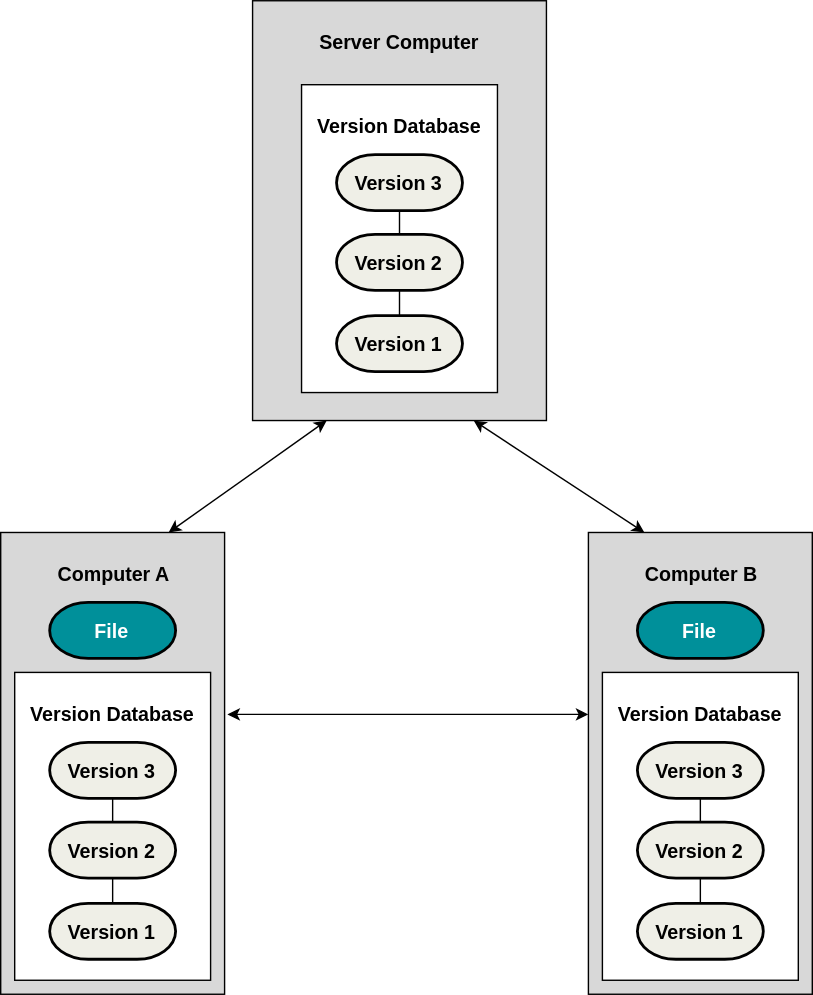
Galahad-moye/diagrams keeps this draw.io diagram as distributed_version_control.svg. Above is the earlier version. Source tidied: cells renumbered, new cells last; positions are measured from the earlier drawing's top-left corner, leaving out a move shared by most shapes.
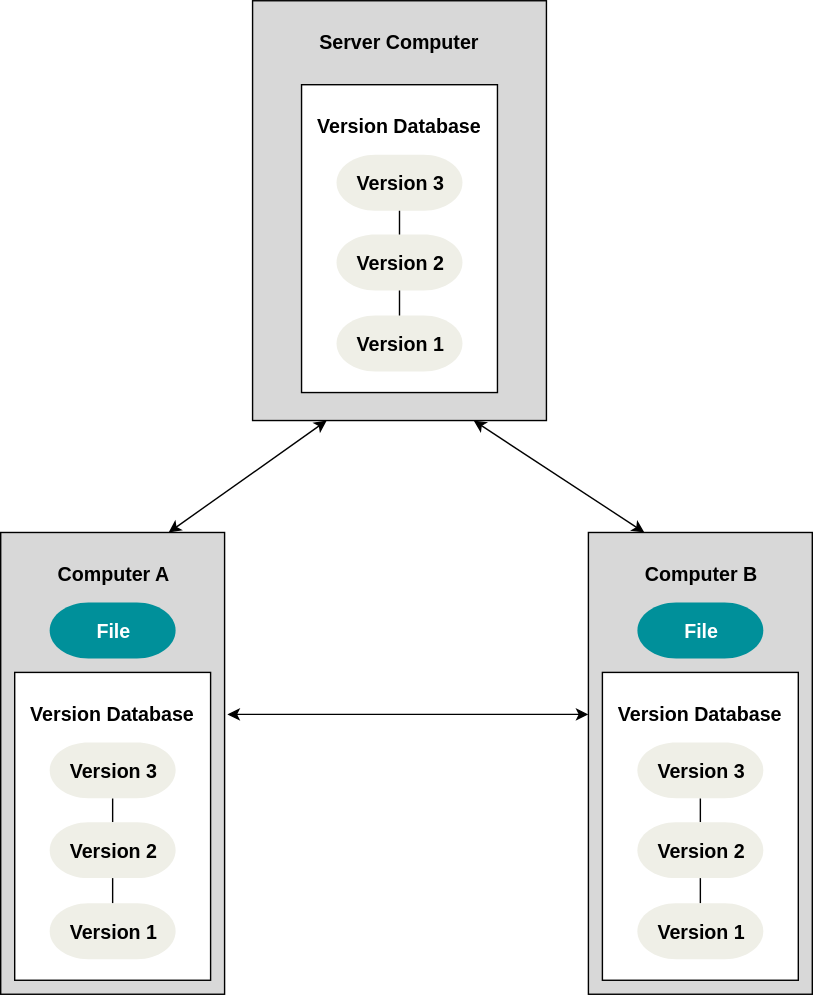
Above is the later version.

The edit, as a diff of the source:
```diff
@@ -3,82 +3,82 @@
     <mxCell id="0" />
     <mxCell id="1" parent="0" />
     <mxCell id="2" value="&lt;h3&gt;Computer A&lt;/h3&gt;" style="rounded=0;whiteSpace=wrap;html=1;fillColor=#d8d8d8;align=center;verticalAlign=top;" parent="1" vertex="1">
-      <mxGeometry y="380" width="160" height="330" as="geometry" />
+      <mxGeometry x="-120" y="350" width="160" height="330" as="geometry" />
     </mxCell>
-    <mxCell id="3" value="&lt;h3&gt;&lt;font color=&quot;#ffffff&quot;&gt;File&lt;/font&gt;&lt;/h3&gt;" style="strokeWidth=2;html=1;shape=mxgraph.flowchart.terminator;whiteSpace=wrap;fillColor=#00909A;align=center;" parent="1" vertex="1">
-      <mxGeometry x="35" y="430" width="90" height="40" as="geometry" />
+    <mxCell id="3" value="&lt;h3&gt;&lt;font color=&quot;#ffffff&quot;&gt;File&lt;/font&gt;&lt;/h3&gt;" style="strokeWidth=2;html=1;shape=mxgraph.flowchart.terminator;whiteSpace=wrap;fillColor=#00909A;align=center;strokeColor=none;" parent="1" vertex="1">
+      <mxGeometry x="-85" y="400" width="90" height="40" as="geometry" />
     </mxCell>
+    <mxCell id="28" value="&lt;h3&gt;Server Computer&lt;/h3&gt;" style="rounded=0;whiteSpace=wrap;html=1;fillColor=#D8D8D8;align=center;verticalAlign=top;" parent="1" vertex="1">
+      <mxGeometry x="60" y="-30" width="210" height="300" as="geometry" />
+    </mxCell>
+    <mxCell id="29" value="&lt;h3&gt;Version Database&lt;/h3&gt;" style="rounded=0;whiteSpace=wrap;html=1;fillColor=#ffffff;align=center;verticalAlign=top;strokeColor=#000000;" parent="1" vertex="1">
+      <mxGeometry x="95" y="30" width="140" height="220" as="geometry" />
+    </mxCell>
-    <mxCell id="4" value="&lt;h3&gt;Server Computer&lt;/h3&gt;" style="rounded=0;whiteSpace=wrap;html=1;fillColor=#D8D8D8;align=center;verticalAlign=top;" parent="1" vertex="1">
-      <mxGeometry x="180" width="210" height="300" as="geometry" />
+    <mxCell id="4" style="edgeStyle=orthogonalEdgeStyle;rounded=0;html=1;endArrow=none;endFill=0;jettySize=auto;" parent="1" edge="1" source="5" target="9">
+      <mxGeometry relative="1" as="geometry" />
     </mxCell>
-    <mxCell id="5" value="&lt;h3&gt;Version Database&lt;/h3&gt;" style="rounded=0;whiteSpace=wrap;html=1;fillColor=#ffffff;align=center;verticalAlign=top;strokeColor=#000000;" parent="1" vertex="1">
-      <mxGeometry x="215" y="60" width="140" height="220" as="geometry" />
+    <mxCell id="5" value="&lt;h3&gt;Version 3&lt;/h3&gt;" style="strokeWidth=2;html=1;shape=mxgraph.flowchart.terminator;whiteSpace=wrap;fillColor=#efefe7;align=center;strokeColor=none;" parent="1" vertex="1">
+      <mxGeometry x="120" y="80" width="90" height="40" as="geometry" />
     </mxCell>
+    <mxCell id="7" style="edgeStyle=orthogonalEdgeStyle;rounded=0;html=1;endArrow=none;endFill=0;jettySize=auto;" parent="1" edge="1" source="9" target="6">
+      <mxGeometry relative="1" as="geometry" />
+    </mxCell>
+    <mxCell id="9" value="&lt;h3&gt;Version 2&lt;/h3&gt;" style="strokeWidth=2;html=1;shape=mxgraph.flowchart.terminator;whiteSpace=wrap;fillColor=#efefe7;align=center;strokeColor=none;" parent="1" vertex="1">
+      <mxGeometry x="120" y="137" width="90" height="40" as="geometry" />
+    </mxCell>
-    <mxCell id="6" style="edgeStyle=orthogonalEdgeStyle;rounded=0;html=1;endArrow=none;endFill=0;jettySize=auto;" parent="1" edge="1" source="7" target="9">
-      <mxGeometry relative="1" as="geometry" />
+    <mxCell id="6" value="&lt;h3&gt;Version 1&lt;/h3&gt;" style="strokeWidth=2;html=1;shape=mxgraph.flowchart.terminator;whiteSpace=wrap;fillColor=#efefe7;align=center;strokeColor=none;" parent="1" vertex="1">
+      <mxGeometry x="120" y="195" width="90" height="40" as="geometry" />
     </mxCell>
-    <mxCell id="7" value="&lt;h3&gt;Version 3&lt;/h3&gt;" style="strokeWidth=2;html=1;shape=mxgraph.flowchart.terminator;whiteSpace=wrap;fillColor=#efefe7;align=center;" parent="1" vertex="1">
-      <mxGeometry x="240" y="110" width="90" height="40" as="geometry" />
-    </mxCell>
+    <mxCell id="10" value="&lt;h3&gt;Version Database&lt;/h3&gt;" style="rounded=0;whiteSpace=wrap;html=1;fillColor=#ffffff;align=center;verticalAlign=top;strokeColor=#000000;" parent="1" vertex="1">
+      <mxGeometry x="-110" y="450" width="140" height="220" as="geometry" />
+    </mxCell>
-    <mxCell id="8" style="edgeStyle=orthogonalEdgeStyle;rounded=0;html=1;endArrow=none;endFill=0;jettySize=auto;" parent="1" edge="1" source="9" target="10">
+    <mxCell id="8" style="edgeStyle=orthogonalEdgeStyle;rounded=0;html=1;exitX=0.5;exitY=1;exitPerimeter=0;entryX=0.5;entryY=0;entryPerimeter=0;endArrow=none;endFill=0;jettySize=auto;" parent="1" edge="1" source="30" target="23">
       <mxGeometry relative="1" as="geometry" />
     </mxCell>
-    <mxCell id="9" value="&lt;h3&gt;Version 2&lt;/h3&gt;" style="strokeWidth=2;html=1;shape=mxgraph.flowchart.terminator;whiteSpace=wrap;fillColor=#efefe7;align=center;" parent="1" vertex="1">
-      <mxGeometry x="240" y="167" width="90" height="40" as="geometry" />
-    </mxCell>
-    <mxCell id="10" value="&lt;h3&gt;Version 1&lt;/h3&gt;" style="strokeWidth=2;html=1;shape=mxgraph.flowchart.terminator;whiteSpace=wrap;fillColor=#efefe7;align=center;" parent="1" vertex="1">
-      <mxGeometry x="240" y="225" width="90" height="40" as="geometry" />
-    </mxCell>
+    <mxCell id="30" value="&lt;h3&gt;Version 3&lt;/h3&gt;" style="strokeWidth=2;html=1;shape=mxgraph.flowchart.terminator;whiteSpace=wrap;fillColor=#efefe7;align=center;strokeColor=none;" parent="1" vertex="1">
+      <mxGeometry x="-85" y="500" width="90" height="40" as="geometry" />
+    </mxCell>
+    <mxCell id="31" style="edgeStyle=orthogonalEdgeStyle;rounded=0;html=1;exitX=0.5;exitY=1;exitPerimeter=0;entryX=0.5;entryY=0;entryPerimeter=0;endArrow=none;endFill=0;jettySize=auto;" parent="1" edge="1" source="23" target="11">
+      <mxGeometry relative="1" as="geometry" />
+    </mxCell>
+    <mxCell id="23" value="&lt;h3&gt;Version 2&lt;/h3&gt;" style="strokeWidth=2;html=1;shape=mxgraph.flowchart.terminator;whiteSpace=wrap;fillColor=#efefe7;align=center;strokeColor=none;" parent="1" vertex="1">
+      <mxGeometry x="-85" y="557" width="90" height="40" as="geometry" />
+    </mxCell>
-    <mxCell id="11" value="&lt;h3&gt;Version Database&lt;/h3&gt;" style="rounded=0;whiteSpace=wrap;html=1;fillColor=#ffffff;align=center;verticalAlign=top;strokeColor=#000000;" parent="1" vertex="1">
-      <mxGeometry x="10" y="480" width="140" height="220" as="geometry" />
+    <mxCell id="11" value="&lt;h3&gt;Version 1&lt;/h3&gt;" style="strokeWidth=2;html=1;shape=mxgraph.flowchart.terminator;whiteSpace=wrap;fillColor=#efefe7;align=center;strokeColor=none;" parent="1" vertex="1">
+      <mxGeometry x="-85" y="615" width="90" height="40" as="geometry" />
     </mxCell>
-    <mxCell id="12" style="edgeStyle=orthogonalEdgeStyle;rounded=0;html=1;exitX=0.5;exitY=1;exitPerimeter=0;entryX=0.5;entryY=0;entryPerimeter=0;endArrow=none;endFill=0;jettySize=auto;" parent="1" edge="1" source="13" target="15">
-      <mxGeometry relative="1" as="geometry" />
-    </mxCell>
-    <mxCell id="13" value="&lt;h3&gt;Version 3&lt;/h3&gt;" style="strokeWidth=2;html=1;shape=mxgraph.flowchart.terminator;whiteSpace=wrap;fillColor=#efefe7;align=center;" parent="1" vertex="1">
-      <mxGeometry x="35" y="530" width="90" height="40" as="geometry" />
+    <mxCell id="13" value="&lt;h3&gt;Computer B&lt;/h3&gt;" style="rounded=0;whiteSpace=wrap;html=1;fillColor=#d8d8d8;align=center;verticalAlign=top;" parent="1" vertex="1">
+      <mxGeometry x="300" y="350" width="160" height="330" as="geometry" />
     </mxCell>
-    <mxCell id="14" style="edgeStyle=orthogonalEdgeStyle;rounded=0;html=1;exitX=0.5;exitY=1;exitPerimeter=0;entryX=0.5;entryY=0;entryPerimeter=0;endArrow=none;endFill=0;jettySize=auto;" parent="1" edge="1" source="15" target="16">
-      <mxGeometry relative="1" as="geometry" />
-    </mxCell>
-    <mxCell id="15" value="&lt;h3&gt;Version 2&lt;/h3&gt;" style="strokeWidth=2;html=1;shape=mxgraph.flowchart.terminator;whiteSpace=wrap;fillColor=#efefe7;align=center;" parent="1" vertex="1">
-      <mxGeometry x="35" y="587" width="90" height="40" as="geometry" />
+    <mxCell id="15" value="&lt;h3&gt;&lt;font color=&quot;#ffffff&quot;&gt;File&lt;/font&gt;&lt;/h3&gt;" style="strokeWidth=2;html=1;shape=mxgraph.flowchart.terminator;whiteSpace=wrap;fillColor=#00909A;align=center;strokeColor=none;" parent="1" vertex="1">
+      <mxGeometry x="335" y="400" width="90" height="40" as="geometry" />
     </mxCell>
-    <mxCell id="16" value="&lt;h3&gt;Version 1&lt;/h3&gt;" style="strokeWidth=2;html=1;shape=mxgraph.flowchart.terminator;whiteSpace=wrap;fillColor=#efefe7;align=center;" parent="1" vertex="1">
-      <mxGeometry x="35" y="645" width="90" height="40" as="geometry" />
+    <mxCell id="16" value="&lt;h3&gt;Version Database&lt;/h3&gt;" style="rounded=0;whiteSpace=wrap;html=1;fillColor=#ffffff;align=center;verticalAlign=top;strokeColor=#000000;" parent="1" vertex="1">
+      <mxGeometry x="310" y="450" width="140" height="220" as="geometry" />
     </mxCell>
+    <mxCell id="32" style="edgeStyle=orthogonalEdgeStyle;rounded=0;html=1;exitX=0.5;exitY=1;exitPerimeter=0;entryX=0.5;entryY=0;entryPerimeter=0;endArrow=none;endFill=0;jettySize=auto;" parent="1" edge="1" source="12" target="17">
+      <mxGeometry relative="1" as="geometry" />
+    </mxCell>
+    <mxCell id="12" value="&lt;h3&gt;Version 3&lt;/h3&gt;" style="strokeWidth=2;html=1;shape=mxgraph.flowchart.terminator;whiteSpace=wrap;fillColor=#efefe7;align=center;strokeColor=none;" parent="1" vertex="1">
+      <mxGeometry x="335" y="500" width="90" height="40" as="geometry" />
+    </mxCell>
+    <mxCell id="14" style="edgeStyle=orthogonalEdgeStyle;rounded=0;html=1;exitX=0.5;exitY=1;exitPerimeter=0;entryX=0.5;entryY=0;entryPerimeter=0;endArrow=none;endFill=0;jettySize=auto;" parent="1" edge="1" source="17" target="18">
+      <mxGeometry relative="1" as="geometry" />
+    </mxCell>
-    <mxCell id="17" value="&lt;h3&gt;Computer B&lt;/h3&gt;" style="rounded=0;whiteSpace=wrap;html=1;fillColor=#d8d8d8;align=center;verticalAlign=top;" parent="1" vertex="1">
-      <mxGeometry x="420" y="380" width="160" height="330" as="geometry" />
+    <mxCell id="17" value="&lt;h3&gt;Version 2&lt;/h3&gt;" style="strokeWidth=2;html=1;shape=mxgraph.flowchart.terminator;whiteSpace=wrap;fillColor=#efefe7;align=center;strokeColor=none;" parent="1" vertex="1">
+      <mxGeometry x="335" y="557" width="90" height="40" as="geometry" />
     </mxCell>
-    <mxCell id="18" value="&lt;h3&gt;&lt;font color=&quot;#ffffff&quot;&gt;File&lt;/font&gt;&lt;/h3&gt;" style="strokeWidth=2;html=1;shape=mxgraph.flowchart.terminator;whiteSpace=wrap;fillColor=#00909A;align=center;" parent="1" vertex="1">
-      <mxGeometry x="455" y="430" width="90" height="40" as="geometry" />
+    <mxCell id="18" value="&lt;h3&gt;Version 1&lt;/h3&gt;" style="strokeWidth=2;html=1;shape=mxgraph.flowchart.terminator;whiteSpace=wrap;fillColor=#efefe7;align=center;strokeColor=none;" parent="1" vertex="1">
+      <mxGeometry x="335" y="615" width="90" height="40" as="geometry" />
     </mxCell>
-    <mxCell id="19" value="&lt;h3&gt;Version Database&lt;/h3&gt;" style="rounded=0;whiteSpace=wrap;html=1;fillColor=#ffffff;align=center;verticalAlign=top;strokeColor=#000000;" parent="1" vertex="1">
-      <mxGeometry x="430" y="480" width="140" height="220" as="geometry" />
+    <mxCell id="19" style="endArrow=classic;startArrow=classic;html=1;entryX=0.25;entryY=1;exitX=0.75;exitY=0;" parent="1" edge="1" source="2" target="28">
+      <mxGeometry relative="1" as="geometry" />
     </mxCell>
-    <mxCell id="20" style="edgeStyle=orthogonalEdgeStyle;rounded=0;html=1;exitX=0.5;exitY=1;exitPerimeter=0;entryX=0.5;entryY=0;entryPerimeter=0;endArrow=none;endFill=0;jettySize=auto;" parent="1" edge="1" source="21" target="23">
+    <mxCell id="20" style="endArrow=classic;startArrow=classic;html=1;entryX=0.75;entryY=1;exitX=0.25;exitY=0;" parent="1" edge="1" source="13" target="28">
       <mxGeometry relative="1" as="geometry" />
     </mxCell>
-    <mxCell id="21" value="&lt;h3&gt;Version 3&lt;/h3&gt;" style="strokeWidth=2;html=1;shape=mxgraph.flowchart.terminator;whiteSpace=wrap;fillColor=#efefe7;align=center;" parent="1" vertex="1">
-      <mxGeometry x="455" y="530" width="90" height="40" as="geometry" />
+    <mxCell id="21" style="endArrow=classic;startArrow=classic;html=1;exitX=1.013;exitY=0.394;exitPerimeter=0;entryX=0;entryY=0.394;entryPerimeter=0;" parent="1" edge="1" source="2" target="13">
+      <mxGeometry relative="1" as="geometry" />
     </mxCell>
-    <mxCell id="22" style="edgeStyle=orthogonalEdgeStyle;rounded=0;html=1;exitX=0.5;exitY=1;exitPerimeter=0;entryX=0.5;entryY=0;entryPerimeter=0;endArrow=none;endFill=0;jettySize=auto;" parent="1" edge="1" source="23" target="24">
-      <mxGeometry relative="1" as="geometry" />
-    </mxCell>
-    <mxCell id="23" value="&lt;h3&gt;Version 2&lt;/h3&gt;" style="strokeWidth=2;html=1;shape=mxgraph.flowchart.terminator;whiteSpace=wrap;fillColor=#efefe7;align=center;" parent="1" vertex="1">
-      <mxGeometry x="455" y="587" width="90" height="40" as="geometry" />
-    </mxCell>
-    <mxCell id="24" value="&lt;h3&gt;Version 1&lt;/h3&gt;" style="strokeWidth=2;html=1;shape=mxgraph.flowchart.terminator;whiteSpace=wrap;fillColor=#efefe7;align=center;" parent="1" vertex="1">
-      <mxGeometry x="455" y="645" width="90" height="40" as="geometry" />
-    </mxCell>
-    <mxCell id="25" style="endArrow=classic;startArrow=classic;html=1;entryX=0.25;entryY=1;exitX=0.75;exitY=0;" parent="1" edge="1" source="2" target="4">
-      <mxGeometry relative="1" as="geometry" />
-    </mxCell>
-    <mxCell id="26" style="endArrow=classic;startArrow=classic;html=1;entryX=0.75;entryY=1;exitX=0.25;exitY=0;" parent="1" edge="1" source="17" target="4">
-      <mxGeometry relative="1" as="geometry" />
-    </mxCell>
-    <mxCell id="27" style="endArrow=classic;startArrow=classic;html=1;exitX=1.013;exitY=0.394;exitPerimeter=0;entryX=0;entryY=0.394;entryPerimeter=0;" parent="1" edge="1" source="2" target="17">
-      <mxGeometry relative="1" as="geometry" />
-    </mxCell>
   </root>
 </mxGraphModel>
```
